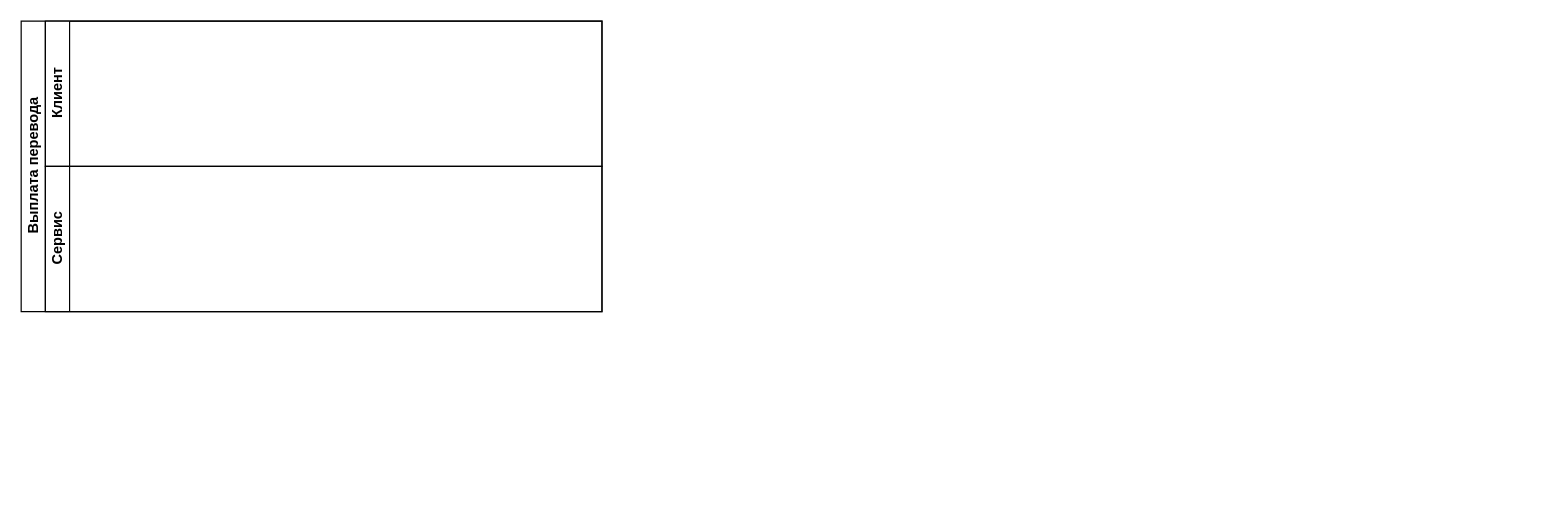
Above: page "Страница — 1" (1 of 2) of MTS.drawio in VydEkat/mbb_project (draw.io), before the change. Source tidied: cells renumbered, new cells numbered last; positions are measured from the earlier drawing's top-left corner, leaving out a move shared by most shapes. Both pictures are drawn from the tidied source at 121%, with x=0, y=0 at pixel (21, 21).
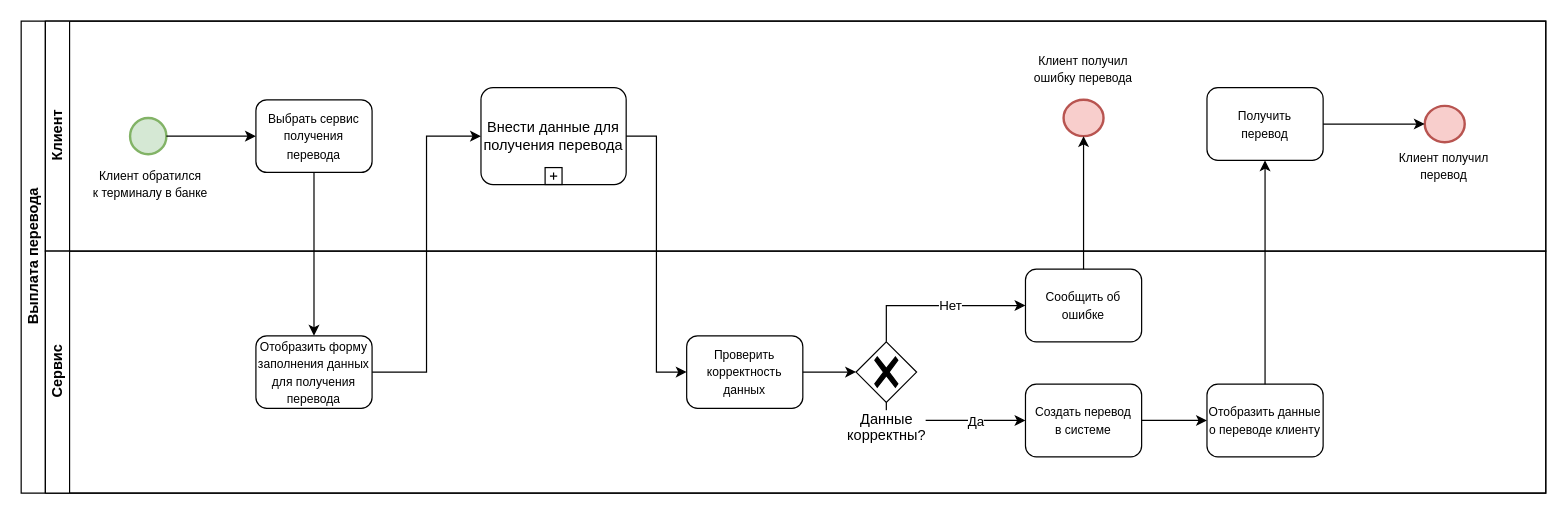
Above is the later version.

What changed in the source:
```diff
@@
     <mxCell id="2" value="Выплата перевода" style="swimlane;horizontal=0;startSize=20;html=1;" parent="1" vertex="1">
-      <mxGeometry width="480" height="240" as="geometry" />
+      <mxGeometry width="1260" height="390" as="geometry" />
     </mxCell>
     <mxCell id="3" value="Клиент" style="swimlane;startSize=20;horizontal=0;html=1;" parent="2" vertex="1">
-      <mxGeometry x="20" width="460" height="120" as="geometry" />
+      <mxGeometry x="20" width="1240" height="190" as="geometry" />
     </mxCell>
+    <mxCell id="5" style="strokeWidth=2;html=1;shape=mxgraph.flowchart.start_2;whiteSpace=wrap;fillColor=#d5e8d4;strokeColor=#82b366;" parent="3" vertex="1">
+      <mxGeometry x="70" y="80" width="30" height="30" as="geometry" />
+    </mxCell>
+    <mxCell id="6" value="&lt;p style=&quot;line-height: 106%;&quot;&gt;&lt;font style=&quot;font-size: 10px;&quot;&gt;Клиент обратился &lt;br&gt;к терминалу в банке&lt;/font&gt;&lt;/p&gt;" style="text;strokeColor=none;align=center;fillColor=none;html=1;verticalAlign=middle;whiteSpace=wrap;rounded=0;perimeterSpacing=0;strokeWidth=1;" parent="3" vertex="1">
+      <mxGeometry x="33.8" y="120" width="106.2" height="30" as="geometry" />
+    </mxCell>
+    <mxCell id="7" style="edgeStyle=orthogonalEdgeStyle;rounded=0;jettySize=auto;html=1;entryX=0;entryY=0.5;entryDx=0;entryDy=0;" parent="3" edge="1" source="5" target="8">
+      <mxGeometry relative="1" as="geometry" />
+    </mxCell>
+    <mxCell id="8" value="&lt;font style=&quot;font-size: 10px;&quot;&gt;Выбрать сервис получения перевода&lt;/font&gt;" style="rounded=1;whiteSpace=wrap;html=1;" parent="3" vertex="1">
+      <mxGeometry x="174" y="65" width="96" height="60" as="geometry" />
+    </mxCell>
+    <mxCell id="9" value="Внести данные для получения перевода" style="points=[[0.25,0,0],[0.5,0,0],[0.75,0,0],[1,0.25,0],[1,0.5,0],[1,0.75,0],[0.75,1,0],[0.5,1,0],[0.25,1,0],[0,0.75,0],[0,0.5,0],[0,0.25,0]];shape=mxgraph.bpmn.task;whiteSpace=wrap;rectStyle=rounded;size=10;html=1;taskMarker=abstract;isLoopSub=1;" parent="3" vertex="1">
+      <mxGeometry x="360" y="55" width="120" height="80" as="geometry" />
+    </mxCell>
+    <mxCell id="10" style="strokeWidth=2;html=1;shape=mxgraph.flowchart.start_2;whiteSpace=wrap;fillColor=#f8cecc;strokeColor=#b85450;" parent="3" vertex="1">
+      <mxGeometry x="841.5" y="65" width="33" height="30" as="geometry" />
+    </mxCell>
+    <mxCell id="11" value="&lt;p style=&quot;line-height: 106%;&quot;&gt;&lt;font style=&quot;font-size: 10px;&quot;&gt;Клиент получил ошибку перевода&lt;/font&gt;&lt;/p&gt;" style="text;strokeColor=none;align=center;fillColor=none;html=1;verticalAlign=middle;whiteSpace=wrap;rounded=0;perimeterSpacing=0;strokeWidth=1;" parent="3" vertex="1">
+      <mxGeometry x="804.9" y="25" width="106.2" height="30" as="geometry" />
+    </mxCell>
+    <mxCell id="12" value="&lt;span style=&quot;font-size: 10px;&quot;&gt;Получить &lt;br&gt;перевод&lt;/span&gt;" style="rounded=1;whiteSpace=wrap;html=1;" parent="3" vertex="1">
+      <mxGeometry x="960" y="55" width="96" height="60" as="geometry" />
+    </mxCell>
+    <mxCell id="13" style="strokeWidth=2;html=1;shape=mxgraph.flowchart.start_2;whiteSpace=wrap;fillColor=#f8cecc;strokeColor=#b85450;" parent="3" vertex="1">
+      <mxGeometry x="1140" y="70" width="33" height="30" as="geometry" />
+    </mxCell>
+    <mxCell id="14" style="edgeStyle=orthogonalEdgeStyle;rounded=0;jettySize=auto;html=1;entryX=0;entryY=0.5;entryDx=0;entryDy=0;entryPerimeter=0;" parent="3" edge="1" source="12" target="13">
+      <mxGeometry relative="1" as="geometry" />
+    </mxCell>
+    <mxCell id="15" value="&lt;p style=&quot;line-height: 106%;&quot;&gt;&lt;font style=&quot;font-size: 10px;&quot;&gt;Клиент получил перевод&lt;/font&gt;&lt;/p&gt;" style="text;strokeColor=none;align=center;fillColor=none;html=1;verticalAlign=middle;whiteSpace=wrap;rounded=0;perimeterSpacing=0;strokeWidth=1;" parent="3" vertex="1">
+      <mxGeometry x="1103.4" y="105" width="106.2" height="30" as="geometry" />
+    </mxCell>
+    <mxCell id="16" style="edgeStyle=orthogonalEdgeStyle;rounded=0;jettySize=auto;html=1;" parent="2" edge="1" source="8" target="19">
+      <mxGeometry relative="1" as="geometry" />
+    </mxCell>
+    <mxCell id="17" style="edgeStyle=orthogonalEdgeStyle;rounded=0;jettySize=auto;html=1;entryX=0;entryY=0.5;entryDx=0;entryDy=0;entryPerimeter=0;" parent="2" edge="1" source="19" target="9">
+      <mxGeometry relative="1" as="geometry" />
+    </mxCell>
+    <mxCell id="18" style="edgeStyle=orthogonalEdgeStyle;rounded=0;jettySize=auto;html=1;entryX=0;entryY=0.5;entryDx=0;entryDy=0;" parent="2" edge="1" source="9" target="20">
+      <mxGeometry relative="1" as="geometry" />
+    </mxCell>
     <mxCell id="4" value="Сервис" style="swimlane;startSize=20;horizontal=0;html=1;" parent="2" vertex="1">
-      <mxGeometry x="20" y="120" width="460" height="120" as="geometry" />
+      <mxGeometry x="20" y="190" width="1240" height="200" as="geometry" />
     </mxCell>
+    <mxCell id="19" value="&lt;font style=&quot;font-size: 10px;&quot;&gt;Отобразить форму заполнения данных для получения перевода&lt;/font&gt;" style="rounded=1;whiteSpace=wrap;html=1;" parent="4" vertex="1">
+      <mxGeometry x="174" y="70" width="96" height="60" as="geometry" />
+    </mxCell>
+    <mxCell id="20" value="&lt;span style=&quot;font-size: 10px;&quot;&gt;Проверить корректность данных&lt;/span&gt;" style="rounded=1;whiteSpace=wrap;html=1;" parent="4" vertex="1">
+      <mxGeometry x="530" y="70" width="96" height="60" as="geometry" />
+    </mxCell>
+    <mxCell id="21" style="edgeStyle=orthogonalEdgeStyle;rounded=0;jettySize=auto;html=1;entryX=0;entryY=0.5;entryDx=0;entryDy=0;exitX=0.5;exitY=0;exitDx=0;exitDy=0;exitPerimeter=0;" parent="4" edge="1" source="25" target="27">
+      <mxGeometry relative="1" as="geometry" />
+    </mxCell>
+    <mxCell id="22" value="Нет" style="edgeLabel;html=1;align=center;verticalAlign=middle;" parent="21" vertex="1">
+      <mxGeometry x="0.13" y="1" relative="1" as="geometry" />
+    </mxCell>
+    <mxCell id="23" style="edgeStyle=orthogonalEdgeStyle;rounded=0;jettySize=auto;html=1;" parent="4" edge="1" source="25" target="29">
+      <mxGeometry relative="1" as="geometry">
+        <Array as="points">
+          <mxPoint x="695" y="140" />
+        </Array>
+      </mxGeometry>
+    </mxCell>
+    <mxCell id="24" value="Да" style="edgeLabel;html=1;align=center;verticalAlign=middle;" parent="23" vertex="1">
+      <mxGeometry x="0.35" y="3" relative="1" as="geometry">
+        <mxPoint y="3" as="offset" />
+      </mxGeometry>
+    </mxCell>
+    <mxCell id="25" value="Данные &lt;br&gt;корректны?" style="points=[[0.25,0.25,0],[0.5,0,0],[0.75,0.25,0],[1,0.5,0],[0.75,0.75,0],[0.5,1,0],[0.25,0.75,0],[0,0.5,0]];shape=mxgraph.bpmn.gateway2;html=1;verticalLabelPosition=bottom;labelBackgroundColor=#ffffff;verticalAlign=top;align=center;perimeter=rhombusPerimeter;outlineConnect=0;outline=none;symbol=none;gwType=exclusive;" parent="4" vertex="1">
+      <mxGeometry x="670" y="75" width="50" height="50" as="geometry" />
+    </mxCell>
+    <mxCell id="26" style="edgeStyle=orthogonalEdgeStyle;rounded=0;jettySize=auto;html=1;entryX=0;entryY=0.5;entryDx=0;entryDy=0;entryPerimeter=0;" parent="4" edge="1" source="20" target="25">
+      <mxGeometry relative="1" as="geometry" />
+    </mxCell>
+    <mxCell id="27" value="&lt;span style=&quot;font-size: 10px;&quot;&gt;Сообщить об&lt;br&gt;ошибке&lt;/span&gt;" style="rounded=1;whiteSpace=wrap;html=1;" parent="4" vertex="1">
+      <mxGeometry x="810" y="15" width="96" height="60" as="geometry" />
+    </mxCell>
+    <mxCell id="28" style="edgeStyle=orthogonalEdgeStyle;rounded=0;jettySize=auto;html=1;" parent="4" edge="1" source="29" target="30">
+      <mxGeometry relative="1" as="geometry" />
+    </mxCell>
+    <mxCell id="29" value="&lt;span style=&quot;font-size: 10px;&quot;&gt;Создать перевод&lt;br&gt;в системе&lt;/span&gt;" style="rounded=1;whiteSpace=wrap;html=1;" parent="4" vertex="1">
+      <mxGeometry x="810" y="110" width="96" height="60" as="geometry" />
+    </mxCell>
+    <mxCell id="30" value="&lt;span style=&quot;font-size: 10px;&quot;&gt;Отобразить данные о переводе клиенту&lt;/span&gt;" style="rounded=1;whiteSpace=wrap;html=1;" parent="4" vertex="1">
+      <mxGeometry x="960" y="110" width="96" height="60" as="geometry" />
+    </mxCell>
+    <mxCell id="31" style="edgeStyle=orthogonalEdgeStyle;rounded=0;jettySize=auto;html=1;" parent="2" edge="1" source="27" target="10">
+      <mxGeometry relative="1" as="geometry" />
+    </mxCell>
+    <mxCell id="32" style="edgeStyle=orthogonalEdgeStyle;rounded=0;jettySize=auto;html=1;" parent="2" edge="1" source="30" target="12">
+      <mxGeometry relative="1" as="geometry" />
+    </mxCell>
```
